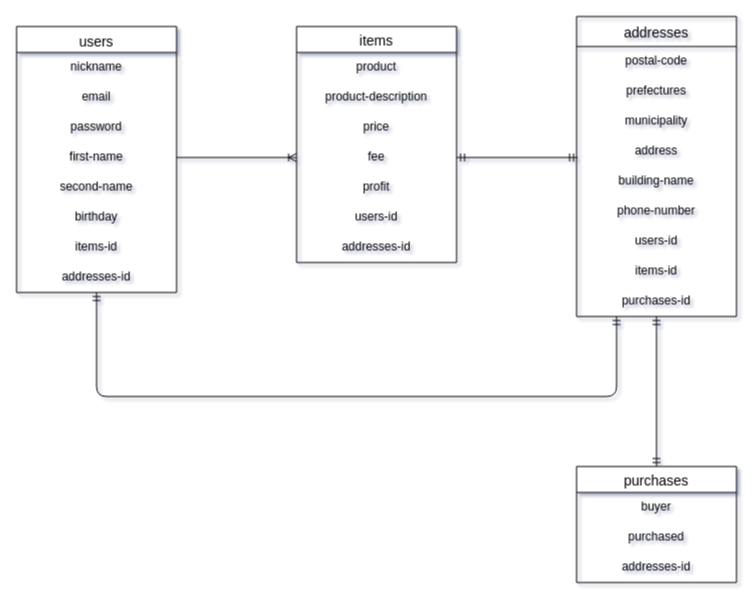
Above: config/ER .dio in koma-sig/furima-35434 (draw.io), before the change. Source tidied: cells renumbered, new cells numbered last; positions are measured from the earlier drawing's top-left corner, leaving out a move shared by most shapes. Both pictures are drawn from the tidied source at 100%, with x=0, y=0 at pixel (16, 16).
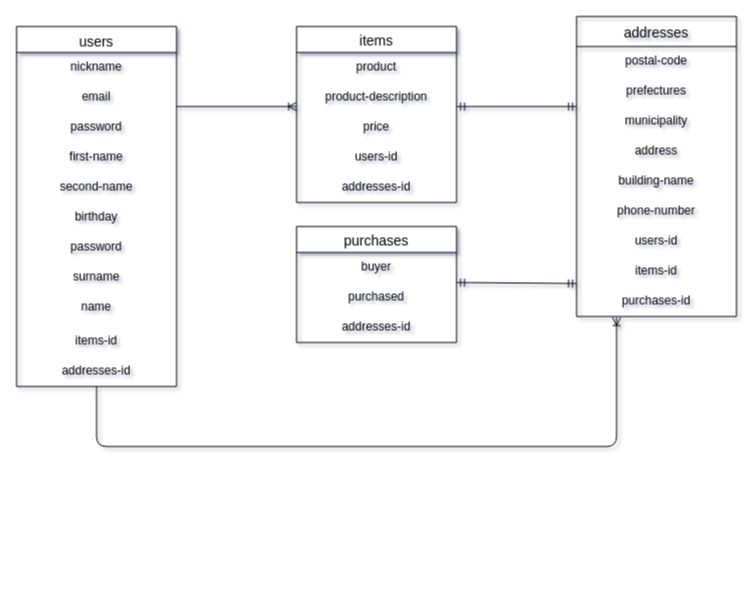
The same diagram, later.

Unchanged cells that the change refers to:
```xml
<mxCell id="4" value="email" style="text;fillColor=none;spacingLeft=4;spacingRight=4;overflow=hidden;points=[[0,0.5],[1,0.5]];portConstraint=eastwest;fontSize=12;align=center;" parent="2" vertex="1">
  <mxGeometry y="56" width="160" height="30" as="geometry" />
</mxCell>
<mxCell id="6" value="first-name" style="text;strokeColor=none;fillColor=none;spacingLeft=4;spacingRight=4;overflow=hidden;points=[[0,0.5],[1,0.5]];portConstraint=eastwest;fontSize=12;align=center;" parent="2" vertex="1">
  <mxGeometry y="116" width="160" height="30" as="geometry" />
</mxCell>
<mxCell id="13" value="product-description" style="text;fillColor=none;spacingLeft=4;spacingRight=4;overflow=hidden;points=[[0,0.5],[1,0.5]];portConstraint=eastwest;fontSize=12;align=center;" parent="11" vertex="1">
  <mxGeometry y="56" width="160" height="30" as="geometry" />
</mxCell>
<mxCell id="23" value="municipality" style="text;strokeColor=none;fillColor=none;spacingLeft=4;spacingRight=4;overflow=hidden;points=[[0,0.5],[1,0.5]];portConstraint=eastwest;fontSize=12;align=center;" parent="20" vertex="1">
  <mxGeometry y="90" width="160" height="30" as="geometry" />
</mxCell>
<mxCell id="28" value="items-id" style="text;strokeColor=none;fillColor=none;spacingLeft=4;spacingRight=4;overflow=hidden;points=[[0,0.5],[1,0.5]];portConstraint=eastwest;fontSize=12;align=center;" parent="20" vertex="1">
  <mxGeometry y="240" width="160" height="30" as="geometry" />
</mxCell>
<mxCell id="29" value="purchases-id" style="text;strokeColor=none;fillColor=none;spacingLeft=4;spacingRight=4;overflow=hidden;points=[[0,0.5],[1,0.5]];portConstraint=eastwest;fontSize=12;align=center;" parent="20" vertex="1">
  <mxGeometry y="270" width="160" height="30" as="geometry" />
</mxCell>
<mxCell id="33" value="buyer" style="text;strokeColor=none;fillColor=none;spacingLeft=4;spacingRight=4;overflow=hidden;points=[[0,0.5],[1,0.5]];portConstraint=eastwest;fontSize=12;align=center;" parent="32" vertex="1">
  <mxGeometry y="26" width="160" height="30" as="geometry" />
</mxCell>
```

Diff of the diagram source:
```diff
@@
     <mxCell id="2" value="users&#10;" style="swimlane;fontStyle=0;horizontal=1;startSize=26;align=center;fontSize=14;verticalAlign=top;" parent="1" vertex="1">
-      <mxGeometry y="10" width="160" height="266" as="geometry" />
+      <mxGeometry y="10" width="160" height="360" as="geometry" />
     </mxCell>
@@
+    <mxCell id="10" value="password" style="text;strokeColor=none;fillColor=none;spacingLeft=4;spacingRight=4;overflow=hidden;points=[[0,0.5],[1,0.5]];portConstraint=eastwest;fontSize=12;align=center;" parent="2" vertex="1">
+      <mxGeometry y="206" width="160" height="30" as="geometry" />
+    </mxCell>
+    <mxCell id="37" value="surname" style="text;strokeColor=none;fillColor=none;spacingLeft=4;spacingRight=4;overflow=hidden;fontSize=12;align=center;" parent="2" vertex="1">
+      <mxGeometry y="236" width="160" height="30" as="geometry" />
+    </mxCell>
-    <mxCell id="9" value="items-id" style="text;strokeColor=none;fillColor=none;spacingLeft=4;spacingRight=4;overflow=hidden;fontSize=12;align=center;" parent="2" vertex="1">
-      <mxGeometry y="206" width="160" height="30" as="geometry" />
+    <mxCell id="9" value="name" style="text;strokeColor=none;fillColor=none;spacingLeft=4;spacingRight=4;overflow=hidden;fontSize=12;align=center;" parent="2" vertex="1">
+      <mxGeometry y="266" width="160" height="34" as="geometry" />
     </mxCell>
-    <mxCell id="10" value="addresses-id" style="text;strokeColor=none;fillColor=none;spacingLeft=4;spacingRight=4;overflow=hidden;points=[[0,0.5],[1,0.5]];portConstraint=eastwest;fontSize=12;align=center;" parent="2" vertex="1">
-      <mxGeometry y="236" width="160" height="30" as="geometry" />
-    </mxCell>
+    <mxCell id="38" value="items-id" style="text;strokeColor=none;fillColor=none;spacingLeft=4;spacingRight=4;overflow=hidden;fontSize=12;align=center;" parent="2" vertex="1">
+      <mxGeometry y="300" width="160" height="30" as="geometry" />
+    </mxCell>
+    <mxCell id="39" value="addresses-id" style="text;strokeColor=none;fillColor=none;spacingLeft=4;spacingRight=4;overflow=hidden;points=[[0,0.5],[1,0.5]];portConstraint=eastwest;fontSize=12;align=center;" parent="2" vertex="1">
+      <mxGeometry y="330" width="160" height="30" as="geometry" />
+    </mxCell>
     <mxCell id="11" value="items" style="swimlane;fontStyle=0;horizontal=1;startSize=26;align=center;fontSize=14;direction=east;" parent="1" vertex="1">
-      <mxGeometry x="280" y="10" width="160" height="236" as="geometry" />
+      <mxGeometry x="280" y="10" width="160" height="176" as="geometry" />
     </mxCell>
@@
-    <mxCell id="15" value="fee" style="text;spacingLeft=4;spacingRight=4;overflow=hidden;points=[[0,0.5],[1,0.5]];portConstraint=eastwest;fontSize=12;align=center;" parent="11" vertex="1">
-      <mxGeometry y="116" width="160" height="30" as="geometry" />
-    </mxCell>
-    <mxCell id="16" value="profit" style="text;spacingLeft=4;spacingRight=4;overflow=hidden;fontSize=12;align=center;" parent="11" vertex="1">
-      <mxGeometry y="146" width="160" height="30" as="geometry" />
-    </mxCell>
     <mxCell id="17" value="users-id" style="text;spacingLeft=4;spacingRight=4;overflow=hidden;fontSize=12;align=center;" parent="11" vertex="1">
-      <mxGeometry y="176" width="160" height="30" as="geometry" />
+      <mxGeometry y="116" width="160" height="30" as="geometry" />
     </mxCell>
     <mxCell id="18" value="addresses-id" style="text;spacingLeft=4;spacingRight=4;overflow=hidden;fontSize=12;align=center;" parent="11" vertex="1">
-      <mxGeometry y="206" width="160" height="30" as="geometry" />
+      <mxGeometry y="146" width="160" height="30" as="geometry" />
     </mxCell>
-    <mxCell id="19" style="fontSize=12;html=1;endArrow=ERoneToMany;entryX=0;entryY=0.5;entryDx=0;entryDy=0;exitX=1;exitY=0.5;exitDx=0;exitDy=0;" parent="1" edge="1" source="6" target="15">
-      <mxGeometry relative="1" as="geometry" />
+    <mxCell id="19" style="fontSize=12;html=1;endArrow=ERoneToMany;entryX=0;entryY=0.8;entryDx=0;entryDy=0;exitX=1;exitY=0.8;exitDx=0;exitDy=0;entryPerimeter=0;exitPerimeter=0;" parent="1" edge="1" source="4" target="13">
+      <mxGeometry relative="1" as="geometry">
+        <Array as="points">
+          <mxPoint x="240" y="90" />
+        </Array>
+      </mxGeometry>
     </mxCell>
@@
-    <mxCell id="30" style="edgeStyle=elbowEdgeStyle;fontSize=12;html=1;endArrow=ERmandOne;startArrow=ERmandOne;elbow=vertical;entryX=0.5;entryY=1;entryDx=0;entryDy=0;entryPerimeter=0;exitX=0.25;exitY=1;exitDx=0;exitDy=0;exitPerimeter=0;" parent="1" edge="1" source="29" target="10">
-      <mxGeometry relative="1" as="geometry">
-        <Array as="points">
-          <mxPoint x="380" y="380" />
-        </Array>
-      </mxGeometry>
-    </mxCell>
-    <mxCell id="31" style="fontSize=12;html=1;endArrow=ERmandOne;startArrow=ERmandOne;entryX=1;entryY=0.5;entryDx=0;entryDy=0;" parent="1" edge="1" target="15">
-      <mxGeometry relative="1" as="geometry">
-        <mxPoint x="561" y="141" as="sourcePoint" />
-      </mxGeometry>
+    <mxCell id="31" style="fontSize=12;html=1;endArrow=ERmandOne;startArrow=ERmandOne;entryX=1;entryY=0.8;entryDx=0;entryDy=0;exitX=0;exitY=0;exitDx=0;exitDy=0;exitPerimeter=0;entryPerimeter=0;" parent="1" edge="1" source="23" target="13">
+      <mxGeometry relative="1" as="geometry" />
     </mxCell>
     <mxCell id="32" value="purchases" style="swimlane;fontStyle=0;horizontal=1;startSize=26;align=center;fontSize=14;" parent="1" vertex="1">
-      <mxGeometry x="560" y="450" width="160" height="116" as="geometry" />
+      <mxGeometry x="280" y="210" width="160" height="116" as="geometry" />
     </mxCell>
@@
-    <mxCell id="36" style="fontSize=12;html=1;endArrow=ERmandOne;startArrow=ERmandOne;exitX=0.5;exitY=0;exitDx=0;exitDy=0;entryX=0.5;entryY=1;entryDx=0;entryDy=0;entryPerimeter=0;" parent="1" edge="1" source="32" target="29">
+    <mxCell id="36" style="fontSize=12;html=1;endArrow=ERmandOne;startArrow=ERmandOne;exitX=1;exitY=1;exitDx=0;exitDy=0;exitPerimeter=0;entryX=0;entryY=0.9;entryDx=0;entryDy=0;entryPerimeter=0;" parent="1" edge="1" source="33" target="28">
       <mxGeometry relative="1" as="geometry" />
     </mxCell>
+    <mxCell id="40" style="edgeStyle=elbowEdgeStyle;fontSize=12;html=1;endArrow=ERoneToMany;elbow=vertical;entryX=0.25;entryY=1.033;entryDx=0;entryDy=0;entryPerimeter=0;exitX=0.5;exitY=1;exitDx=0;exitDy=0;exitPerimeter=0;" parent="1" edge="1" source="39" target="29">
+      <mxGeometry relative="1" as="geometry">
+        <Array as="points">
+          <mxPoint x="340" y="430" />
+        </Array>
+      </mxGeometry>
+    </mxCell>
```
